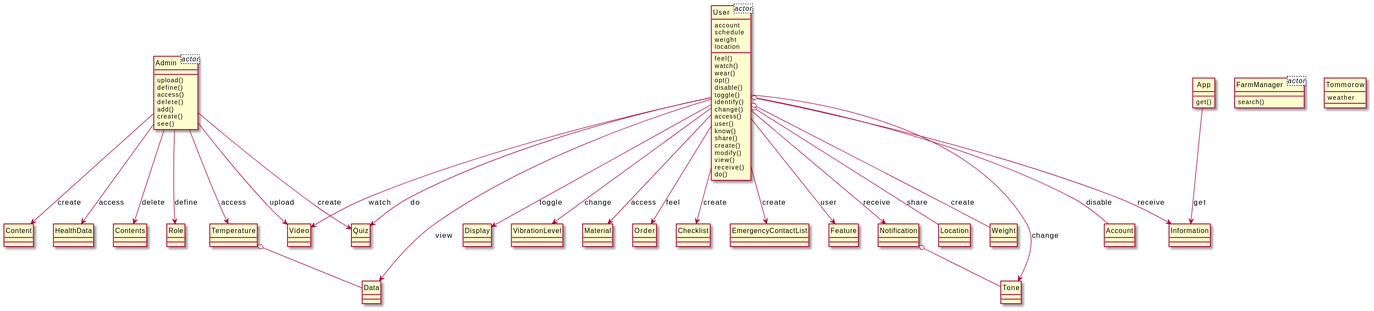
Above: output/diagram_5/2016-USC-Project09.svg in xixixhalu/DomainModelExtractor (PlantUML), before the change.
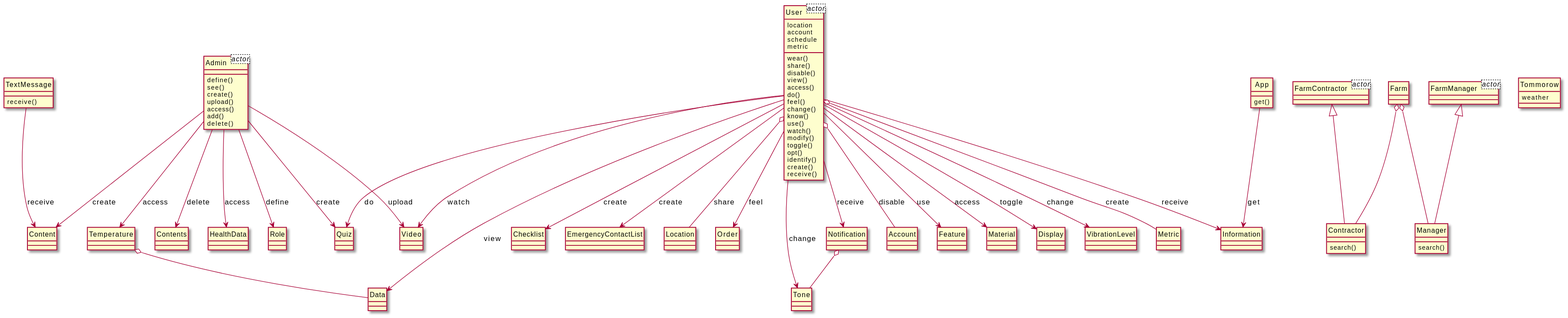
The same diagram one commit later.

The edit, as a diff of the source:
```diff
@@ -1,12 +1,14 @@
 @startuml
 hide circle
 class User<actor> {
+	location
 	account
 	schedule
-	weight
-	location
+	metric
 }
 class Admin<actor> {
+}
+class FarmContractor<actor> {
 }
 class FarmManager<actor> {
 }
@@ -17,102 +19,119 @@
 }
 class Data {
 }
-class Admin {
-	upload()
-	define()
-	access()
-	delete()
-	add()
-	create()
-	see()
+class Farm {
 }
-class FarmManager {
+class Contractor {
+	search()
+}
+class Manager {
 	search()
 }
 class User {
+	wear()
+	share()
+	disable()
+	view()
+	access()
+	do()
 	feel()
+	change()
+	know()
+	use()
 	watch()
-	wear()
+	modify()
+	toggle()
 	opt()
-	disable()
-	toggle()
 	identify()
-	change()
-	access()
-	user()
-	know()
-	share()
 	create()
-	modify()
-	view()
 	receive()
-	do()
+}
+class Quiz {
 }
 class Checklist {
 }
+class Admin {
+	define()
+	see()
+	create()
+	upload()
+	access()
+	add()
+	delete()
+}
 class EmergencyContactList {
-}
-class Role {
-}
-class Feature {
-}
-class Notification {
 }
 class Video {
 }
 class Location {
 }
-class Weight {
+class Order {
 }
-class Temperature {
+class Account {
 }
-class Information {
+class Notification {
+}
+class Content {
+}
+class TextMessage {
+	receive()
+}
+class Feature {
 }
 class Contents {
 }
-class Account {
-}
-class Quiz {
-}
-class Content {
+class Material {
 }
 class App {
 	get()
 }
-class HealthData {
+class Information {
 }
 class Display {
 }
+class HealthData {
+}
+class Role {
+}
 class VibrationLevel {
 }
-class Material {
+class Temperature {
 }
-class Order {
+class Metric {
 }
-Admin --> Role : define
-User --> Feature : user
+class FarmManager {
+}
+class FarmContractor {
+}
+User --> Data : view
+Farm o-- Contractor
 User --> Checklist : create
+Admin --> Quiz : create
+User --> Tone : change
+Notification o-- Tone
+User --> EmergencyContactList : create
+User --> Material : access
+Temperature o-- Data
+User --> Video : watch
+FarmContractor <|-- Contractor
+Admin --> Video : upload
 App --> Information : get
-User --> EmergencyContactList : create
-User --> Notification : receive
-User --> Video : watch
-User --> Data : view
-Admin --> Video : upload
-Admin --> HealthData : access
+Farm o-- Manager
 User o-- Location : share
 User --> Display : toggle
+User --> Order : feel
+Admin --> HealthData : access
+User o-- Account : disable
+User --> Information : receive
+Admin --> Role : define
+User --> Notification : receive
+User --> VibrationLevel : change
+Admin --> Content : create
+TextMessage --> Content : receive
+Admin --> Temperature : access
+Admin --> Contents : delete
 User --> Quiz : do
-User o-- Weight : create
-User --> Tone : change
-Admin --> Temperature : access
-User --> VibrationLevel : change
-User --> Information : receive
-User --> Material : access
-Temperature o-- Data
-Admin --> Contents : delete
-User --> Order : feel
-Admin --> Content : create
-User o-- Account : disable
-Notification o-- Tone
-Admin --> Quiz : create
+User --> Feature : use
+User o-- Metric : create
+FarmManager <|-- Manager
 @enduml
```
